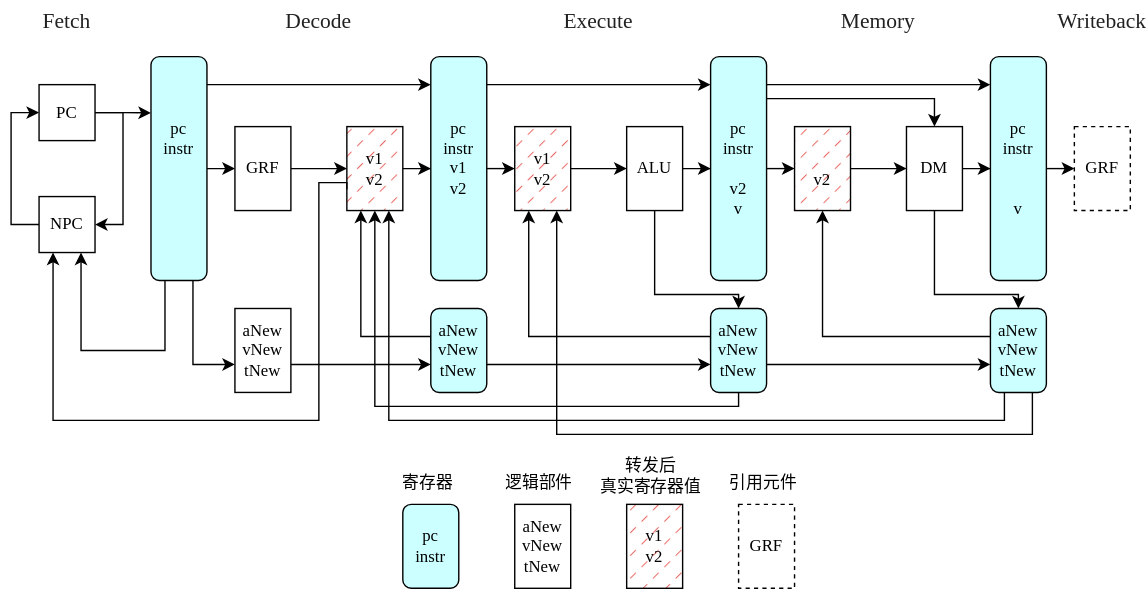
This is P5/cpu.drawio.svg from Chlience/BUAA-CO-2022, a draw.io export, as it was before one commit. Source tidied: cells renumbered, new cells last; positions are measured from the earlier drawing's top-left corner, leaving out a move shared by most shapes.
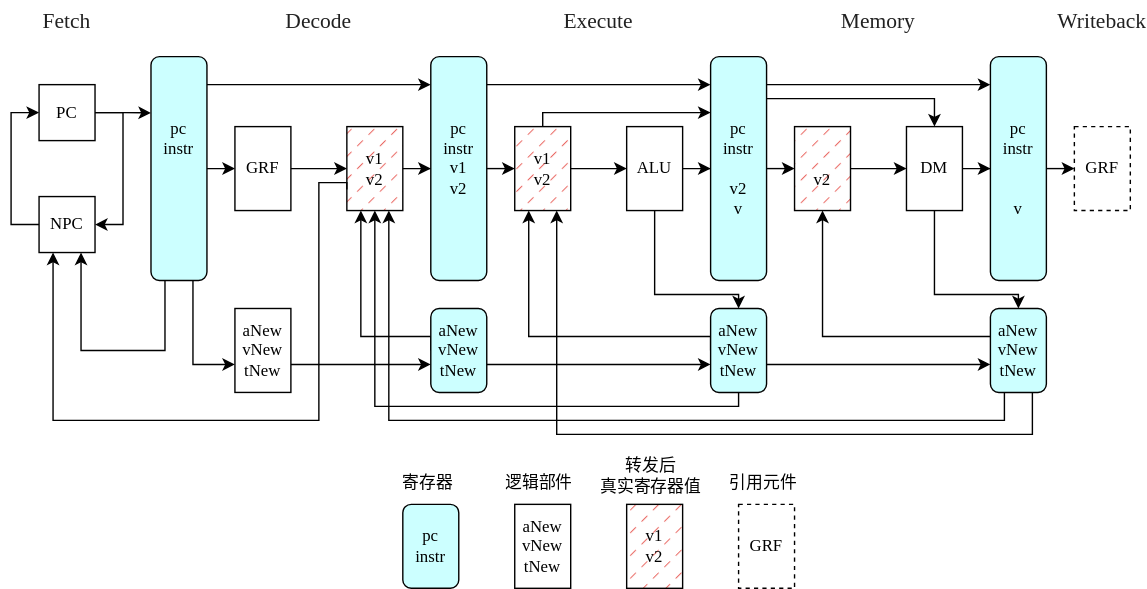
After the commit.

Diff of the diagram source:
```diff
@@ -120,6 +120,13 @@
         </Array>
       </mxGeometry>
     </mxCell>
+    <mxCell id="65" style="edgeStyle=orthogonalEdgeStyle;rounded=0;jettySize=auto;html=1;" parent="1" edge="1" source="25" target="23">
+      <mxGeometry relative="1" as="geometry">
+        <Array as="points">
+          <mxPoint x="380" y="80" />
+        </Array>
+      </mxGeometry>
+    </mxCell>
     <mxCell id="25" value="v1&lt;br&gt;v2" style="rounded=0;whiteSpace=wrap;html=1;fontFamily=Times New Roman;fillStyle=dashed;fillColor=#EA6B66;labelBackgroundColor=none;" parent="1" vertex="1">
       <mxGeometry x="360" y="90" width="40" height="60" as="geometry" />
     </mxCell>
```
